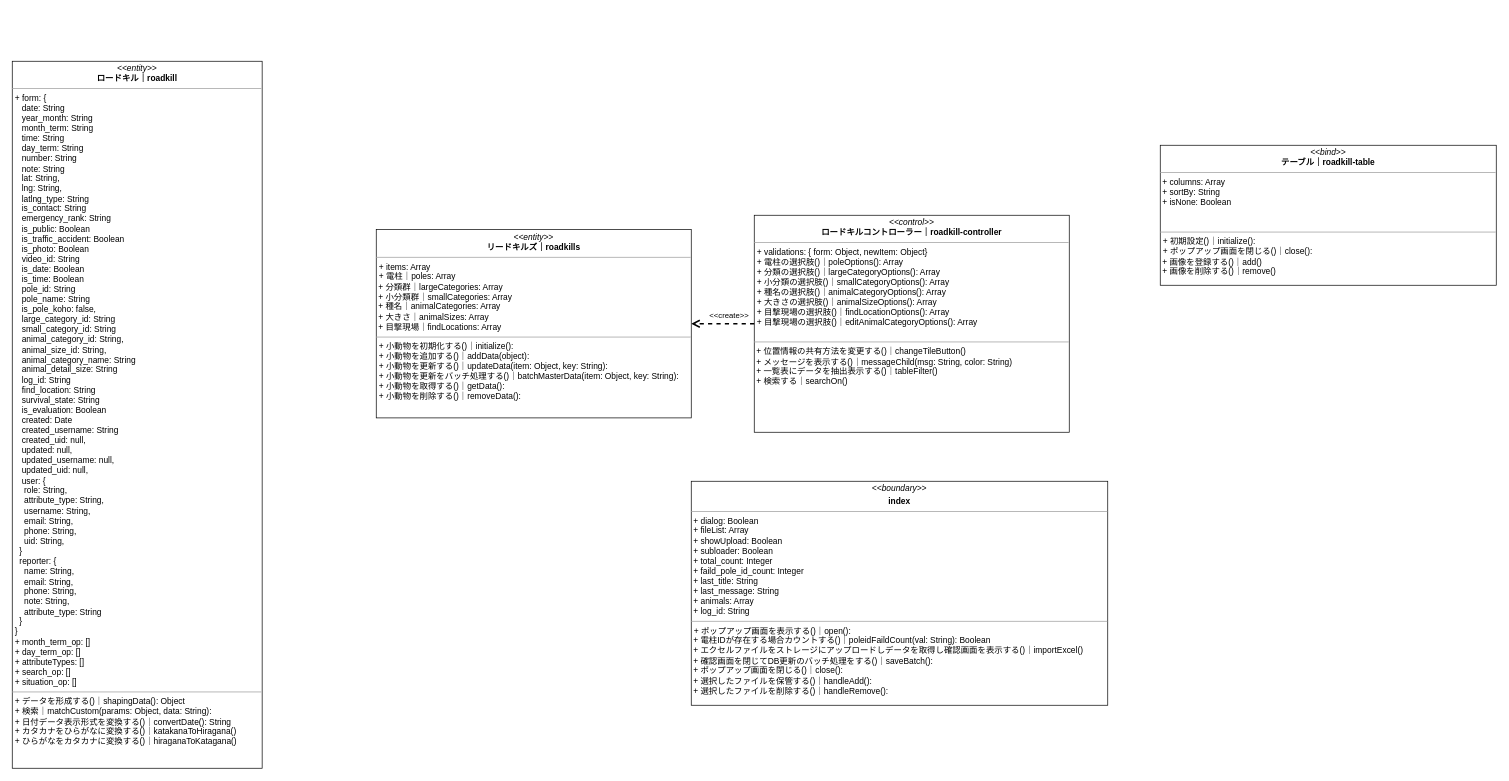
This is iriomote-roadkill.drawio from kaoru387/draw.io, a draw.io file, before an edit. Source tidied: cells renumbered, new cells numbered last; positions are measured from the earlier drawing's top-left corner, leaving out a move shared by most shapes. Both pictures are drawn from the tidied source at 70%, with x=0, y=0 at pixel (12, 61).
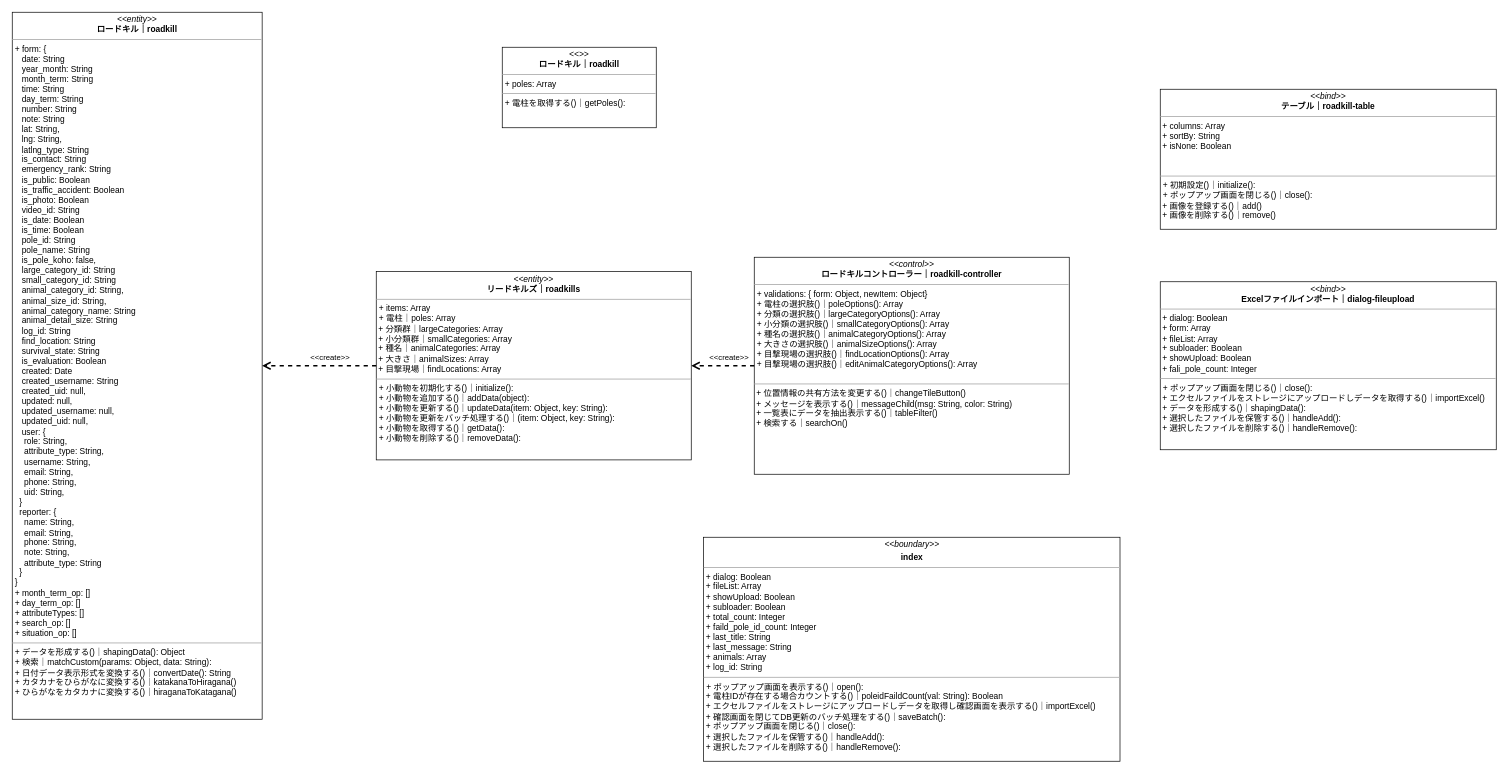
After the change.

Commit message:
iriomote-roadkill.drawio を更新します

Change to the diagram source:
```diff
@@
 <mxGraphModel>
   <root>
     <mxCell id="0" />
     <mxCell id="1" parent="0" />
     <mxCell id="2" value="&lt;p style=&quot;margin:0px;margin-top:4px;text-align:center;&quot;&gt;&lt;i&gt;&amp;lt;&amp;lt;control&amp;gt;&amp;gt;&lt;/i&gt;&lt;br&gt;&lt;b&gt;ロードキルコントローラー｜roadkill-controller&lt;/b&gt;&lt;/p&gt;&lt;hr size=&quot;1&quot;&gt;&lt;p style=&quot;margin:0px;margin-left:4px;&quot;&gt;+ validations: { form: Object, newItem: Object}&lt;br&gt;+ 電柱の選択肢()｜poleOptions(): Array&lt;br&gt;&lt;/p&gt;&lt;p style=&quot;margin:0px;margin-left:4px;&quot;&gt;+ 分類の選択肢()｜largeCategoryOptions(): Array&lt;br&gt;&lt;/p&gt;&lt;p style=&quot;margin:0px;margin-left:4px;&quot;&gt;+ 小分類の選択肢()｜smallCategoryOptions(): Array&lt;br&gt;&lt;/p&gt;&lt;p style=&quot;margin:0px;margin-left:4px;&quot;&gt;+ 種名の選択肢()｜animalCategoryOptions(): Array&lt;br&gt;&lt;/p&gt;&lt;p style=&quot;margin:0px;margin-left:4px;&quot;&gt;+ 大きさの選択肢()｜animalSizeOptions(): Array&lt;br&gt;&lt;/p&gt;&lt;p style=&quot;margin:0px;margin-left:4px;&quot;&gt;+ 目撃現場の選択肢()｜findLocationOptions(): Array&lt;br&gt;&lt;/p&gt;&lt;p style=&quot;margin:0px;margin-left:4px;&quot;&gt;+ 目撃現場の選択肢()｜editAnimalCategoryOptions(): Array&lt;/p&gt;&lt;br&gt;&lt;div&gt;&lt;/div&gt;&lt;hr size=&quot;1&quot;&gt;&lt;p style=&quot;margin:0px;margin-left:4px;&quot;&gt;&lt;/p&gt;&amp;nbsp;&lt;span style=&quot;background-color: initial;&quot;&gt;+&amp;nbsp;&lt;/span&gt;位置情報の共有方法を変更する()｜&lt;span style=&quot;background-color: initial;&quot;&gt;changeTileButton()&lt;/span&gt;&lt;br&gt;&amp;nbsp;+ メッセージを表示する()｜&lt;span style=&quot;background-color: initial;&quot;&gt;messageChild(msg: String, color: String)&lt;/span&gt;&lt;span style=&quot;background-color: initial;&quot;&gt;&lt;br&gt;&lt;/span&gt;&amp;nbsp;+ 一覧表にデータを抽出表示する()｜&lt;span style=&quot;background-color: initial;&quot;&gt;tableFilter()&lt;br&gt;&lt;/span&gt;&lt;span style=&quot;background-color: initial;&quot;&gt;&amp;nbsp;+ 検索する｜searchOn()&lt;br&gt;&lt;br&gt;&lt;/span&gt;&lt;span style=&quot;background-color: initial;&quot;&gt;&lt;br&gt;&lt;/span&gt;" style="verticalAlign=top;align=left;overflow=fill;fontSize=12;fontFamily=Helvetica;html=1;" parent="1" vertex="1">
-      <mxGeometry x="1060" y="220" width="450" height="310" as="geometry" />
+      <mxGeometry x="1060" y="280" width="450" height="310" as="geometry" />
     </mxCell>
     <mxCell id="3" value="&lt;p style=&quot;margin:0px;margin-top:4px;text-align:center;&quot;&gt;&lt;i&gt;&amp;lt;&amp;lt;entity&amp;gt;&amp;gt;&lt;/i&gt;&lt;br&gt;&lt;b&gt;ロードキル｜roadkill&lt;/b&gt;&lt;/p&gt;&lt;hr size=&quot;1&quot;&gt;&lt;p style=&quot;margin:0px;margin-left:4px;&quot;&gt;&lt;span style=&quot;background-color: initial;&quot;&gt;+ form: {&amp;nbsp;&lt;/span&gt;&lt;br&gt;&lt;/p&gt;&lt;p style=&quot;margin:0px;margin-left:4px;&quot;&gt;&amp;nbsp; &amp;nbsp;date: String&lt;/p&gt;&lt;p style=&quot;margin:0px;margin-left:4px;&quot;&gt;&amp;nbsp; &amp;nbsp;year_month: String&lt;/p&gt;&lt;p style=&quot;margin:0px;margin-left:4px;&quot;&gt;&amp;nbsp; &amp;nbsp;month_term: String&lt;/p&gt;&lt;p style=&quot;margin:0px;margin-left:4px;&quot;&gt;&amp;nbsp; &amp;nbsp;time: String&lt;/p&gt;&lt;p style=&quot;margin:0px;margin-left:4px;&quot;&gt;&amp;nbsp; &amp;nbsp;day_term: String&lt;/p&gt;&lt;p style=&quot;margin:0px;margin-left:4px;&quot;&gt;&amp;nbsp; &amp;nbsp;number: String&lt;/p&gt;&lt;p style=&quot;margin:0px;margin-left:4px;&quot;&gt;&amp;nbsp; &amp;nbsp;note: String&lt;/p&gt;&lt;p style=&quot;margin:0px;margin-left:4px;&quot;&gt;&amp;nbsp; &amp;nbsp;lat: String,&lt;/p&gt;&lt;p style=&quot;margin:0px;margin-left:4px;&quot;&gt;&amp;nbsp; &amp;nbsp;lng: String,&lt;/p&gt;&lt;p style=&quot;margin:0px;margin-left:4px;&quot;&gt;&amp;nbsp; &amp;nbsp;latlng_type: String&lt;/p&gt;&lt;p style=&quot;margin:0px;margin-left:4px;&quot;&gt;&amp;nbsp; &amp;nbsp;is_contact: String&lt;/p&gt;&lt;p style=&quot;margin:0px;margin-left:4px;&quot;&gt;&amp;nbsp; &amp;nbsp;emergency_rank: String&lt;/p&gt;&lt;p style=&quot;margin:0px;margin-left:4px;&quot;&gt;&amp;nbsp; &amp;nbsp;is_public: Boolean&lt;/p&gt;&lt;p style=&quot;margin:0px;margin-left:4px;&quot;&gt;&amp;nbsp; &amp;nbsp;is_traffic_accident: Boolean&lt;/p&gt;&lt;p style=&quot;margin:0px;margin-left:4px;&quot;&gt;&amp;nbsp; &amp;nbsp;is_photo: Boolean&lt;/p&gt;&lt;p style=&quot;margin:0px;margin-left:4px;&quot;&gt;&amp;nbsp; &amp;nbsp;video_id: String&lt;/p&gt;&lt;p style=&quot;margin:0px;margin-left:4px;&quot;&gt;&amp;nbsp; &amp;nbsp;is_date: Boolean&lt;/p&gt;&lt;p style=&quot;margin:0px;margin-left:4px;&quot;&gt;&amp;nbsp; &amp;nbsp;is_time: Boolean&lt;/p&gt;&lt;p style=&quot;margin:0px;margin-left:4px;&quot;&gt;&amp;nbsp; &amp;nbsp;pole_id: String&lt;/p&gt;&lt;p style=&quot;margin:0px;margin-left:4px;&quot;&gt;&amp;nbsp; &amp;nbsp;pole_name: String&lt;/p&gt;&lt;p style=&quot;margin:0px;margin-left:4px;&quot;&gt;&amp;nbsp; &amp;nbsp;is_pole_koho: false,&lt;/p&gt;&lt;p style=&quot;margin:0px;margin-left:4px;&quot;&gt;&amp;nbsp; &amp;nbsp;large_category_id: String&lt;/p&gt;&lt;p style=&quot;margin:0px;margin-left:4px;&quot;&gt;&amp;nbsp; &amp;nbsp;small_category_id: String&lt;/p&gt;&lt;p style=&quot;margin:0px;margin-left:4px;&quot;&gt;&amp;nbsp; &amp;nbsp;animal_category_id: String,&lt;/p&gt;&lt;p style=&quot;margin:0px;margin-left:4px;&quot;&gt;&amp;nbsp; &amp;nbsp;animal_size_id: String,&lt;/p&gt;&lt;p style=&quot;margin:0px;margin-left:4px;&quot;&gt;&amp;nbsp; &amp;nbsp;animal_category_name: String&lt;/p&gt;&lt;p style=&quot;margin:0px;margin-left:4px;&quot;&gt;&amp;nbsp; &amp;nbsp;animal_detail_size: String&lt;/p&gt;&lt;p style=&quot;margin:0px;margin-left:4px;&quot;&gt;&amp;nbsp; &amp;nbsp;log_id: String&lt;/p&gt;&lt;p style=&quot;margin:0px;margin-left:4px;&quot;&gt;&amp;nbsp; &amp;nbsp;find_location: String&lt;/p&gt;&lt;p style=&quot;margin:0px;margin-left:4px;&quot;&gt;&amp;nbsp; &amp;nbsp;survival_state: String&lt;/p&gt;&lt;p style=&quot;margin:0px;margin-left:4px;&quot;&gt;&amp;nbsp; &amp;nbsp;is_evaluation: Boolean&lt;/p&gt;&lt;p style=&quot;margin:0px;margin-left:4px;&quot;&gt;&amp;nbsp; &amp;nbsp;created: Date&lt;/p&gt;&lt;p style=&quot;margin:0px;margin-left:4px;&quot;&gt;&amp;nbsp; &amp;nbsp;created_username: String&lt;/p&gt;&lt;p style=&quot;margin:0px;margin-left:4px;&quot;&gt;&amp;nbsp; &amp;nbsp;created_uid: null,&lt;/p&gt;&lt;p style=&quot;margin:0px;margin-left:4px;&quot;&gt;&amp;nbsp; &amp;nbsp;updated: null,&lt;/p&gt;&lt;p style=&quot;margin:0px;margin-left:4px;&quot;&gt;&amp;nbsp; &amp;nbsp;updated_username: null,&lt;/p&gt;&lt;p style=&quot;margin:0px;margin-left:4px;&quot;&gt;&amp;nbsp; &amp;nbsp;updated_uid: null,&lt;/p&gt;&lt;p style=&quot;margin:0px;margin-left:4px;&quot;&gt;&amp;nbsp; &amp;nbsp;user: {&lt;/p&gt;&lt;p style=&quot;margin:0px;margin-left:4px;&quot;&gt;&amp;nbsp; &amp;nbsp; role: String,&lt;/p&gt;&lt;p style=&quot;margin:0px;margin-left:4px;&quot;&gt;&amp;nbsp; &amp;nbsp; attribute_type: String,&lt;/p&gt;&lt;p style=&quot;margin:0px;margin-left:4px;&quot;&gt;&amp;nbsp; &amp;nbsp; username: String,&lt;/p&gt;&lt;p style=&quot;margin:0px;margin-left:4px;&quot;&gt;&amp;nbsp; &amp;nbsp; email: String,&lt;/p&gt;&lt;p style=&quot;margin:0px;margin-left:4px;&quot;&gt;&amp;nbsp; &amp;nbsp; phone: String,&lt;/p&gt;&lt;p style=&quot;margin:0px;margin-left:4px;&quot;&gt;&amp;nbsp; &amp;nbsp; uid: String,&lt;/p&gt;&lt;p style=&quot;margin:0px;margin-left:4px;&quot;&gt;&amp;nbsp; }&lt;/p&gt;&lt;p style=&quot;margin:0px;margin-left:4px;&quot;&gt;&amp;nbsp; reporter: {&lt;/p&gt;&lt;p style=&quot;margin:0px;margin-left:4px;&quot;&gt;&amp;nbsp; &amp;nbsp; name: String,&lt;/p&gt;&lt;p style=&quot;margin:0px;margin-left:4px;&quot;&gt;&amp;nbsp; &amp;nbsp; email: String,&lt;/p&gt;&lt;p style=&quot;margin:0px;margin-left:4px;&quot;&gt;&amp;nbsp; &amp;nbsp; phone: String,&lt;/p&gt;&lt;p style=&quot;margin:0px;margin-left:4px;&quot;&gt;&amp;nbsp; &amp;nbsp; note: String,&lt;/p&gt;&lt;p style=&quot;margin:0px;margin-left:4px;&quot;&gt;&amp;nbsp; &amp;nbsp; attribute_type: String&lt;/p&gt;&lt;p style=&quot;margin:0px;margin-left:4px;&quot;&gt;&amp;nbsp; }&lt;/p&gt;&lt;p style=&quot;margin:0px;margin-left:4px;&quot;&gt;}&lt;/p&gt;&lt;p style=&quot;margin: 0px 0px 0px 4px;&quot;&gt;+&amp;nbsp;month_term_op: []&lt;/p&gt;&lt;p style=&quot;margin: 0px 0px 0px 4px;&quot;&gt;+&amp;nbsp;day_term_op: []&lt;/p&gt;&lt;p style=&quot;margin: 0px 0px 0px 4px;&quot;&gt;+&amp;nbsp;attributeTypes: []&lt;/p&gt;&lt;p style=&quot;margin: 0px 0px 0px 4px;&quot;&gt;+&amp;nbsp;search_op: []&lt;/p&gt;&lt;p style=&quot;margin: 0px 0px 0px 4px;&quot;&gt;+&amp;nbsp;situation_op: []&lt;/p&gt;&lt;hr size=&quot;1&quot;&gt;&lt;p style=&quot;margin: 0px 0px 0px 4px;&quot;&gt;+ データを形成する()｜shapingData(): Object&lt;br&gt;&lt;/p&gt;&lt;p style=&quot;margin: 0px 0px 0px 4px;&quot;&gt;+ 検索｜matchCustom(params: Object, data: String):&amp;nbsp;&lt;/p&gt;&lt;p style=&quot;margin: 0px 0px 0px 4px;&quot;&gt;+ 日付データ表示形式を変換する()｜convertDate(): String&lt;br&gt;&lt;/p&gt;&lt;p style=&quot;margin: 0px 0px 0px 4px;&quot;&gt;+ カタカナをひらがなに変換する()｜katakanaToHiragana()&lt;/p&gt;&lt;p style=&quot;margin: 0px 0px 0px 4px;&quot;&gt;+ ひらがなをカタカナ&lt;span style=&quot;background-color: initial;&quot;&gt;に変換する()｜hiraganaToKatagana()&lt;/span&gt;&lt;/p&gt;" style="verticalAlign=top;align=left;overflow=fill;fontSize=12;fontFamily=Helvetica;html=1;" parent="1" vertex="1">
-      <mxGeometry width="357" height="1010" as="geometry" />
+      <mxGeometry y="-70" width="357" height="1010" as="geometry" />
     </mxCell>
     <mxCell id="4" value="&lt;p style=&quot;margin:0px;margin-top:4px;text-align:center;&quot;&gt;&lt;i&gt;&amp;lt;&amp;lt;boundary&amp;gt;&amp;gt;&lt;/i&gt;&lt;b&gt;&lt;br&gt;&lt;/b&gt;&lt;/p&gt;&lt;p style=&quot;margin:0px;margin-top:4px;text-align:center;&quot;&gt;&lt;b&gt;index&lt;/b&gt;&lt;/p&gt;&lt;hr size=&quot;1&quot;&gt;&lt;div&gt;&amp;nbsp;+ dialog: Boolean&lt;/div&gt;&lt;div&gt;&amp;nbsp;+ fileList: Array&amp;nbsp;&lt;/div&gt;&lt;div&gt;&amp;nbsp;+ showUpload: Boolean&lt;/div&gt;&lt;div&gt;&amp;nbsp;+ subloader: Boolean&lt;/div&gt;&lt;div&gt;&amp;nbsp;+ total_count: Integer&lt;/div&gt;&lt;div&gt;&amp;nbsp;+ faild_pole_id_count: Integer&lt;/div&gt;&lt;div&gt;&amp;nbsp;+ last_title: String&lt;/div&gt;&lt;div&gt;&amp;nbsp;+ last_message: String&lt;/div&gt;&lt;div&gt;&amp;nbsp;+ animals: Array&lt;/div&gt;&lt;div&gt;&amp;nbsp;+ log_id: String&lt;/div&gt;&lt;hr size=&quot;1&quot;&gt;&lt;p style=&quot;margin:0px;margin-left:4px;&quot;&gt;&lt;span style=&quot;background-color: initial;&quot;&gt;+ ポップアップ画面を表示する()｜open():&amp;nbsp;&lt;/span&gt;&lt;/p&gt;&amp;nbsp;+&amp;nbsp;電柱IDが存在する場合カウントする()｜poleidFaildCount(val: String): Boolean&lt;br&gt;&amp;nbsp;+ エクセルファイルをストレージにアップロードしデータを取得し確認画面を表示する()｜importExcel()&lt;br&gt;&amp;nbsp;+ 確認画面を閉じてDB更新のバッチ処理をする()｜saveBatch():&amp;nbsp;&lt;br&gt;&amp;nbsp;+ ポップアップ画面を閉じる()｜close():&amp;nbsp;&lt;br&gt;&amp;nbsp;+ 選択したファイルを保管する()｜handleAdd():&amp;nbsp;&lt;br&gt;&amp;nbsp;+ 選択したファイルを削除する()｜handleRemove():&amp;nbsp;" style="verticalAlign=top;align=left;overflow=fill;fontSize=12;fontFamily=Helvetica;html=1;" parent="1" vertex="1">
-      <mxGeometry x="970" y="600" width="595" height="320" as="geometry" />
+      <mxGeometry x="987.5" y="680" width="595" height="320" as="geometry" />
     </mxCell>
     <mxCell id="5" value="&amp;lt;&amp;lt;create&amp;gt;&amp;gt;" style="endArrow=open;startArrow=none;endFill=0;startFill=0;endSize=8;html=1;verticalAlign=bottom;dashed=1;labelBackgroundColor=none;rounded=0;fontColor=#000000;sourcePerimeterSpacing=0;targetPerimeterSpacing=0;strokeWidth=2;jumpSize=6;entryX=1;entryY=0.5;entryDx=0;entryDy=0;" parent="1" edge="1" source="2" target="6">
       <mxGeometry x="-0.19" y="-2" relative="1" as="geometry" />
     </mxCell>
-    <mxCell id="6" value="&lt;p style=&quot;margin:0px;margin-top:4px;text-align:center;&quot;&gt;&lt;i&gt;&amp;lt;&amp;lt;entity&amp;gt;&amp;gt;&lt;/i&gt;&lt;br&gt;&lt;b&gt;リードキルズ｜roadkills&lt;/b&gt;&lt;br&gt;&lt;/p&gt;&lt;hr size=&quot;1&quot;&gt;&lt;p style=&quot;margin:0px;margin-left:4px;&quot;&gt;+ items: Array&lt;/p&gt;&lt;p style=&quot;margin:0px;margin-left:4px;&quot;&gt;+ 電柱｜poles: Array&lt;/p&gt;&lt;div style=&quot;&quot;&gt;&lt;div&gt;&amp;nbsp;+ 分類群｜largeCategories: Array&lt;/div&gt;&lt;div&gt;&amp;nbsp;+ 小分類群｜smallCategories: Array&lt;/div&gt;&lt;div&gt;&amp;nbsp;+ 種名｜animalCategories: Array&lt;/div&gt;&lt;div&gt;&amp;nbsp;+ 大きさ｜animalSizes: Array&lt;/div&gt;&lt;div&gt;&amp;nbsp;+ 目撃現場｜findLocations: Array&lt;/div&gt;&lt;/div&gt;&lt;hr size=&quot;1&quot;&gt;&lt;p style=&quot;margin:0px;margin-left:4px;&quot;&gt;+ 小動物を初期化する()｜initialize():&amp;nbsp;&lt;/p&gt;&lt;p style=&quot;margin:0px;margin-left:4px;&quot;&gt;+ 小動物を追加する()｜addData(object):&amp;nbsp;&lt;br&gt;&lt;/p&gt;&lt;p style=&quot;margin:0px;margin-left:4px;&quot;&gt;+ 小動物を更新する()｜updateData(item: Object, key: String):&amp;nbsp;&lt;br&gt;&lt;/p&gt;&lt;p style=&quot;margin:0px;margin-left:4px;&quot;&gt;+ 小動物を更新をバッチ処理する()｜batchMasterData(item: Object, key: String):&amp;nbsp;&lt;br&gt;&lt;/p&gt;&lt;p style=&quot;margin:0px;margin-left:4px;&quot;&gt;+ 小動物を取得する()｜getData():&lt;/p&gt;&lt;p style=&quot;margin:0px;margin-left:4px;&quot;&gt;+ 小動物を削除する()｜removeData():&lt;br&gt;&lt;/p&gt;" style="verticalAlign=top;align=left;overflow=fill;fontSize=12;fontFamily=Helvetica;html=1;fontColor=#000000;" parent="1" vertex="1">
-      <mxGeometry x="520" y="240.5" width="450" height="269" as="geometry" />
+    <mxCell id="6" value="&lt;p style=&quot;margin:0px;margin-top:4px;text-align:center;&quot;&gt;&lt;i&gt;&amp;lt;&amp;lt;entity&amp;gt;&amp;gt;&lt;/i&gt;&lt;br&gt;&lt;b&gt;リードキルズ｜roadkills&lt;/b&gt;&lt;br&gt;&lt;/p&gt;&lt;hr size=&quot;1&quot;&gt;&lt;p style=&quot;margin:0px;margin-left:4px;&quot;&gt;+ items: Array&lt;/p&gt;&lt;p style=&quot;margin:0px;margin-left:4px;&quot;&gt;+ 電柱｜poles: Array&lt;/p&gt;&lt;div style=&quot;&quot;&gt;&lt;div&gt;&amp;nbsp;+ 分類群｜largeCategories: Array&lt;/div&gt;&lt;div&gt;&amp;nbsp;+ 小分類群｜smallCategories: Array&lt;/div&gt;&lt;div&gt;&amp;nbsp;+ 種名｜animalCategories: Array&lt;/div&gt;&lt;div&gt;&amp;nbsp;+ 大きさ｜animalSizes: Array&lt;/div&gt;&lt;div&gt;&amp;nbsp;+ 目撃現場｜findLocations: Array&lt;/div&gt;&lt;/div&gt;&lt;hr size=&quot;1&quot;&gt;&lt;p style=&quot;margin:0px;margin-left:4px;&quot;&gt;+ 小動物を初期化する()｜initialize():&amp;nbsp;&lt;/p&gt;&lt;p style=&quot;margin:0px;margin-left:4px;&quot;&gt;+ 小動物を追加する()｜addData(object):&amp;nbsp;&lt;br&gt;&lt;/p&gt;&lt;p style=&quot;margin:0px;margin-left:4px;&quot;&gt;+ 小動物を更新する()｜updateData(item: Object, key: String):&amp;nbsp;&lt;br&gt;&lt;/p&gt;&lt;p style=&quot;margin:0px;margin-left:4px;&quot;&gt;+ 小動物を更新をバッチ処理する()｜(item: Object, key: String):&amp;nbsp;&lt;br&gt;&lt;/p&gt;&lt;p style=&quot;margin:0px;margin-left:4px;&quot;&gt;+ 小動物を取得する()｜getData():&lt;/p&gt;&lt;p style=&quot;margin:0px;margin-left:4px;&quot;&gt;+ 小動物を削除する()｜removeData():&lt;br&gt;&lt;/p&gt;" style="verticalAlign=top;align=left;overflow=fill;fontSize=12;fontFamily=Helvetica;html=1;fontColor=#000000;" parent="1" vertex="1">
+      <mxGeometry x="520" y="300.5" width="450" height="269" as="geometry" />
     </mxCell>
     <mxCell id="7" value="&lt;p style=&quot;margin:0px;margin-top:4px;text-align:center;&quot;&gt;&lt;i&gt;&amp;lt;&amp;lt;bind&amp;gt;&amp;gt;&lt;/i&gt;&lt;br&gt;&lt;b&gt;テーブル｜roadkill-table&lt;/b&gt;&lt;/p&gt;&lt;hr size=&quot;1&quot;&gt;&lt;div&gt;&lt;span style=&quot;background-color: initial;&quot;&gt;&amp;nbsp;+ columns: Array&lt;/span&gt;&lt;br&gt;&lt;/div&gt;&lt;div&gt;&amp;nbsp;+ sortBy: String&lt;/div&gt;&lt;div&gt;&lt;span style=&quot;background-color: initial;&quot;&gt;&amp;nbsp;+ isNone: Boolean&lt;/span&gt;&lt;/div&gt;&lt;div&gt;&lt;span style=&quot;background-color: initial;&quot;&gt;&lt;br&gt;&lt;/span&gt;&lt;/div&gt;&lt;div&gt;&lt;span style=&quot;background-color: initial;&quot;&gt;&lt;br&gt;&lt;/span&gt;&lt;/div&gt;&lt;hr size=&quot;1&quot;&gt;&lt;p style=&quot;margin:0px;margin-left:4px;&quot;&gt;&lt;span style=&quot;background-color: initial;&quot;&gt;+ 初期設定()｜initialize():&amp;nbsp;&lt;/span&gt;&lt;/p&gt;&lt;p style=&quot;margin:0px;margin-left:4px;&quot;&gt;+ ポップアップ画面を閉じる()｜close():&amp;nbsp;&lt;span style=&quot;background-color: initial;&quot;&gt;&lt;br&gt;&lt;/span&gt;&lt;/p&gt;&amp;nbsp;+ 画像を登録する()｜add()&lt;br&gt;&amp;nbsp;&lt;span style=&quot;background-color: initial;&quot;&gt;+ 画像を削除&lt;/span&gt;する()｜&lt;span style=&quot;background-color: initial;&quot;&gt;remove()&lt;/span&gt;" style="verticalAlign=top;align=left;overflow=fill;fontSize=12;fontFamily=Helvetica;html=1;" parent="1" vertex="1">
-      <mxGeometry x="1640" y="120" width="480" height="200" as="geometry" />
+      <mxGeometry x="1640" y="40" width="480" height="200" as="geometry" />
     </mxCell>
+    <mxCell id="8" value="&lt;p style=&quot;margin:0px;margin-top:4px;text-align:center;&quot;&gt;&lt;i&gt;&amp;lt;&amp;lt;&amp;gt;&amp;gt;&lt;/i&gt;&lt;br&gt;&lt;b&gt;ロードキル｜roadkill&lt;/b&gt;&lt;br&gt;&lt;/p&gt;&lt;hr size=&quot;1&quot;&gt;&lt;p style=&quot;margin:0px;margin-left:4px;&quot;&gt;+ poles: Array&lt;/p&gt;&lt;hr size=&quot;1&quot;&gt;&lt;p style=&quot;margin:0px;margin-left:4px;&quot;&gt;&lt;span style=&quot;background-color: initial;&quot;&gt;+ 電柱を取得する()｜getPoles():&lt;/span&gt;&lt;/p&gt;" style="verticalAlign=top;align=left;overflow=fill;fontSize=12;fontFamily=Helvetica;html=1;fontColor=#000000;" parent="1" vertex="1">
+      <mxGeometry x="700" y="-20" width="220" height="115" as="geometry" />
+    </mxCell>
+    <mxCell id="9" value="&amp;lt;&amp;lt;create&amp;gt;&amp;gt;" style="endArrow=open;startArrow=none;endFill=0;startFill=0;endSize=8;html=1;verticalAlign=bottom;dashed=1;labelBackgroundColor=none;rounded=0;fontColor=#000000;sourcePerimeterSpacing=0;targetPerimeterSpacing=0;strokeWidth=2;jumpSize=6;entryX=1;entryY=0.5;entryDx=0;entryDy=0;exitX=0;exitY=0.5;exitDx=0;exitDy=0;" parent="1" edge="1" source="6" target="3">
+      <mxGeometry x="-0.19" y="-2" relative="1" as="geometry" />
+    </mxCell>
+    <mxCell id="10" value="&lt;p style=&quot;margin:0px;margin-top:4px;text-align:center;&quot;&gt;&lt;i&gt;&amp;lt;&amp;lt;bind&amp;gt;&amp;gt;&lt;/i&gt;&lt;br&gt;&lt;b&gt;Excelファイルインポート｜dialog-fileupload&lt;/b&gt;&lt;/p&gt;&lt;hr size=&quot;1&quot;&gt;&lt;div&gt;&amp;nbsp;+ dialog: Boolean&lt;br&gt;&lt;/div&gt;&lt;div&gt;&amp;nbsp;+ form: Array&lt;/div&gt;&lt;div&gt;&amp;nbsp;+ fileList: Array&amp;nbsp;&lt;/div&gt;&lt;div&gt;&lt;span style=&quot;background-color: initial;&quot;&gt;&amp;nbsp;+ subloader: Boolean&lt;/span&gt;&lt;br&gt;&lt;/div&gt;&lt;div&gt;&lt;span style=&quot;background-color: initial;&quot;&gt;&amp;nbsp;+ showUpload: Boolean&lt;/span&gt;&lt;br&gt;&lt;/div&gt;&lt;div&gt;&amp;nbsp;+ fali_pole_count: Integer&lt;/div&gt;&lt;hr size=&quot;1&quot;&gt;&lt;p style=&quot;margin:0px;margin-left:4px;&quot;&gt;&lt;span style=&quot;background-color: initial;&quot;&gt;+ ポップアップ画面を閉じる()｜close():&amp;nbsp;&lt;/span&gt;&lt;/p&gt;&amp;nbsp;+ エクセルファイルをストレージにアップロードしデータを取得する()｜importExcel()&lt;br&gt;&amp;nbsp;+ データを形成する()｜shapingData():&amp;nbsp;&lt;br&gt;&amp;nbsp;+ 選択したファイルを保管する()｜handleAdd():&amp;nbsp;&lt;br&gt;&amp;nbsp;+ 選択したファイルを削除する()｜handleRemove():&amp;nbsp;" style="verticalAlign=top;align=left;overflow=fill;fontSize=12;fontFamily=Helvetica;html=1;" parent="1" vertex="1">
+      <mxGeometry x="1640" y="315" width="480" height="240" as="geometry" />
+    </mxCell>
   </root>
 </mxGraphModel>
```
